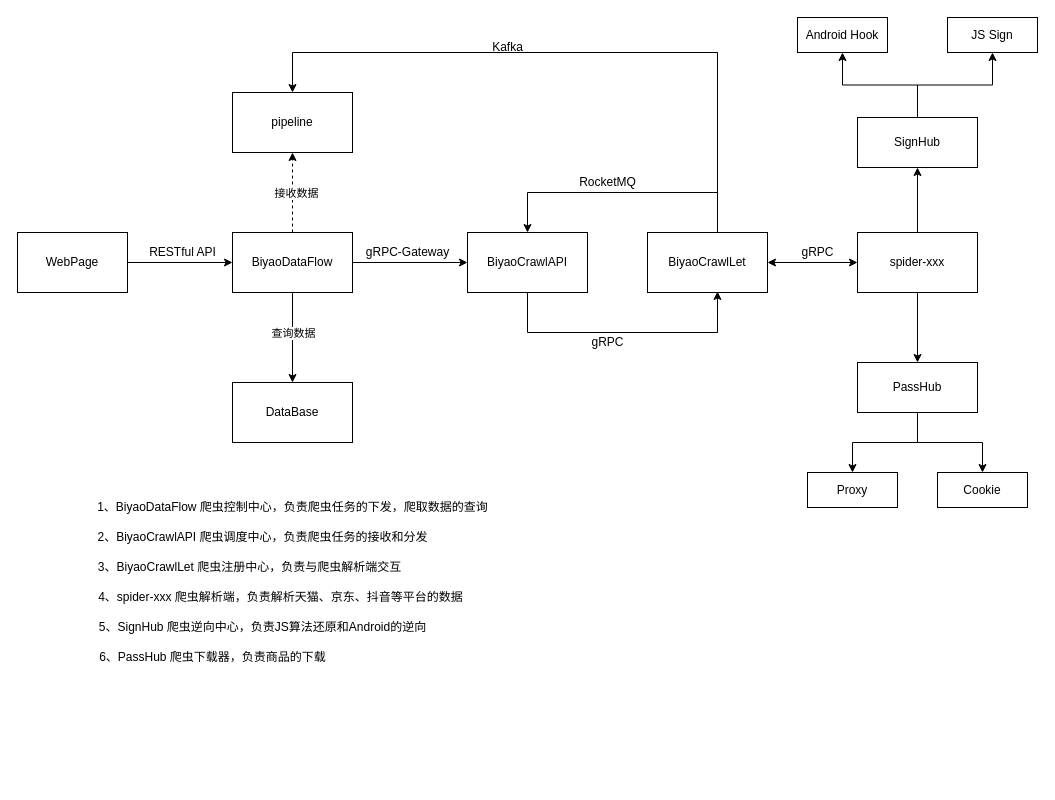
The draw.io diagram Untitled Diagram.drawio in fovegage/argocd-lab, before the edit. Source tidied: cells renumbered, new cells numbered last; positions are measured from the earlier drawing's top-left corner, leaving out a move shared by most shapes. Both pictures are drawn from the tidied source at 100%, with x=0, y=0 at pixel (17, 17).
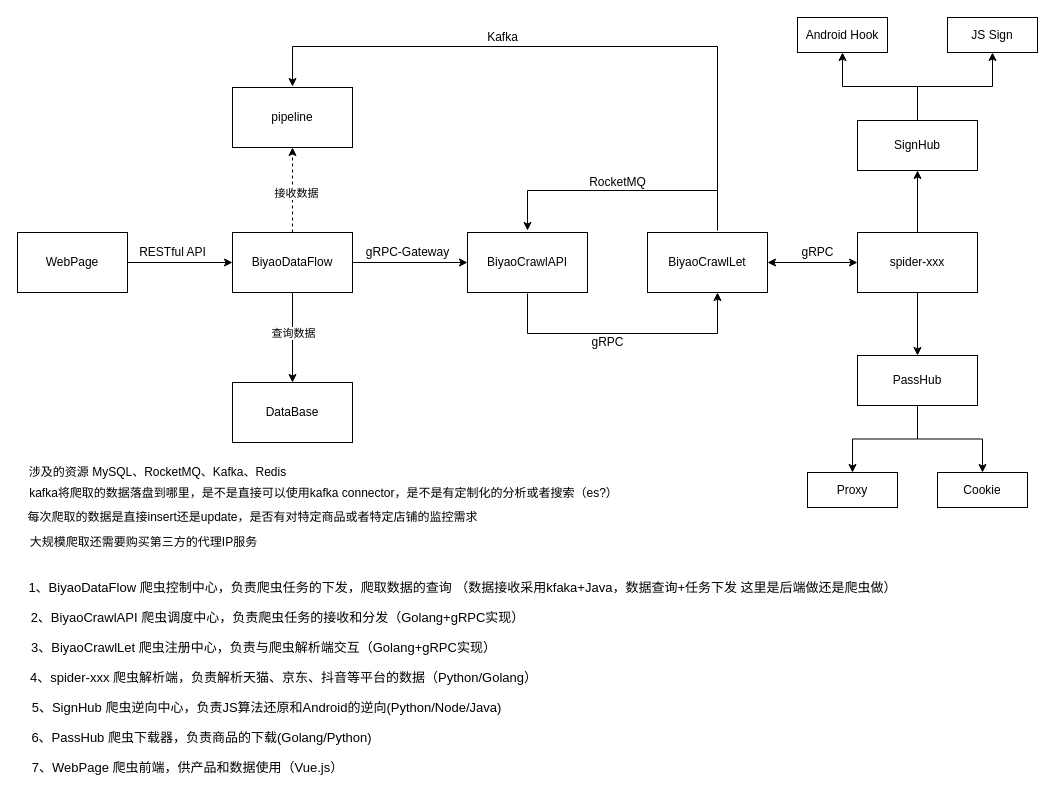
Above is the later version.

Unchanged cells that the change refers to:
```xml
<mxCell id="10" value="BiyaoCrawlAPI" style="rounded=0;whiteSpace=wrap;html=1;" parent="1" vertex="1">
  <mxGeometry x="450" y="215" width="120" height="60" as="geometry" />
</mxCell>
<mxCell id="13" value="BiyaoCrawlLet" style="rounded=0;whiteSpace=wrap;html=1;" parent="1" vertex="1">
  <mxGeometry x="630" y="215" width="120" height="60" as="geometry" />
</mxCell>
```

Change to the diagram source:
```diff
@@
-    <mxCell id="9" style="edgeStyle=orthogonalEdgeStyle;rounded=0;jettySize=auto;html=1;entryX=0.583;entryY=0.983;entryDx=0;entryDy=0;entryPerimeter=0;" parent="1" edge="1" source="10" target="13">
+    <mxCell id="9" style="edgeStyle=orthogonalEdgeStyle;rounded=0;orthogonalLoop=1;jettySize=auto;html=1;entryX=0.583;entryY=0.983;entryDx=0;entryDy=0;entryPerimeter=0;" parent="1" edge="1">
       <mxGeometry relative="1" as="geometry">
+        <mxPoint x="510" y="276" as="sourcePoint" />
+        <mxPoint x="700" y="275" as="targetPoint" />
         <Array as="points">
-          <mxPoint x="510" y="315" />
-          <mxPoint x="700" y="315" />
+          <mxPoint x="510" y="316" />
+          <mxPoint x="700" y="316" />
         </Array>
       </mxGeometry>
     </mxCell>
@@
-    <mxCell id="11" style="edgeStyle=orthogonalEdgeStyle;rounded=0;jettySize=auto;html=1;entryX=0.5;entryY=0;entryDx=0;entryDy=0;" parent="1" edge="1" source="13" target="10">
+    <mxCell id="11" style="edgeStyle=orthogonalEdgeStyle;rounded=0;orthogonalLoop=1;jettySize=auto;html=1;entryX=0.5;entryY=0;entryDx=0;entryDy=0;" parent="1" edge="1">
       <mxGeometry relative="1" as="geometry">
+        <mxPoint x="700" y="213" as="sourcePoint" />
+        <mxPoint x="510" y="213" as="targetPoint" />
         <Array as="points">
-          <mxPoint x="700" y="175" />
-          <mxPoint x="510" y="175" />
+          <mxPoint x="700" y="173" />
+          <mxPoint x="510" y="173" />
         </Array>
       </mxGeometry>
     </mxCell>
-    <mxCell id="12" style="edgeStyle=orthogonalEdgeStyle;rounded=0;jettySize=auto;html=1;entryX=0.5;entryY=0;entryDx=0;entryDy=0;" parent="1" edge="1" source="13" target="19">
+    <mxCell id="12" style="edgeStyle=orthogonalEdgeStyle;rounded=0;orthogonalLoop=1;jettySize=auto;html=1;entryX=0.5;entryY=0;entryDx=0;entryDy=0;" parent="1" edge="1">
       <mxGeometry relative="1" as="geometry">
+        <mxPoint x="700" y="209" as="sourcePoint" />
+        <mxPoint x="275" y="69" as="targetPoint" />
         <Array as="points">
-          <mxPoint x="700" y="35" />
-          <mxPoint x="275" y="35" />
+          <mxPoint x="700" y="29" />
+          <mxPoint x="275" y="29" />
         </Array>
       </mxGeometry>
     </mxCell>
@@
     <mxCell id="14" value="RocketMQ" style="text;html=1;align=center;verticalAlign=middle;strokeColor=none;fillColor=none;" parent="1" vertex="1">
-      <mxGeometry x="550" y="150" width="80" height="30" as="geometry" />
+      <mxGeometry x="560" y="150" width="80" height="30" as="geometry" />
     </mxCell>
@@
     <mxCell id="17" value="RESTful API" style="text;html=1;align=center;verticalAlign=middle;strokeColor=none;fillColor=none;" parent="1" vertex="1">
-      <mxGeometry x="120" y="220" width="90" height="30" as="geometry" />
+      <mxGeometry x="110" y="220" width="90" height="30" as="geometry" />
     </mxCell>
     <mxCell id="18" value="Kafka" style="text;html=1;align=center;verticalAlign=middle;strokeColor=none;fillColor=none;" parent="1" vertex="1">
-      <mxGeometry x="465" y="15" width="50" height="30" as="geometry" />
+      <mxGeometry x="460" y="5" width="50" height="30" as="geometry" />
     </mxCell>
     <mxCell id="19" value="pipeline" style="rounded=0;whiteSpace=wrap;html=1;" parent="1" vertex="1">
-      <mxGeometry x="215" y="75" width="120" height="60" as="geometry" />
+      <mxGeometry x="215" y="70" width="120" height="60" as="geometry" />
     </mxCell>
@@
     <mxCell id="28" value="SignHub" style="rounded=0;whiteSpace=wrap;html=1;" parent="1" vertex="1">
-      <mxGeometry x="840" y="100" width="120" height="50" as="geometry" />
+      <mxGeometry x="840" y="103" width="120" height="50" as="geometry" />
     </mxCell>
@@
     <mxCell id="31" value="PassHub" style="rounded=0;whiteSpace=wrap;html=1;" parent="1" vertex="1">
-      <mxGeometry x="840" y="345" width="120" height="50" as="geometry" />
+      <mxGeometry x="840" y="338" width="120" height="50" as="geometry" />
     </mxCell>
@@
-    <mxCell id="33" value="1、BiyaoDataFlow 爬虫控制中心，负责爬虫任务的下发，爬取数据的查询" style="text;html=1;align=center;verticalAlign=middle;strokeColor=none;fillColor=none;" parent="1" vertex="1">
-      <mxGeometry x="70" y="475" width="410" height="30" as="geometry" />
+    <mxCell id="33" value="1、BiyaoDataFlow 爬虫控制中心，负责爬虫任务的下发，爬取数据的查询 （数据接收采用kfaka+Java，数据查询+任务下发 这里是后端做还是爬虫做）" style="text;html=1;align=center;verticalAlign=middle;strokeColor=none;fillColor=none;fontSize=13;" parent="1" vertex="1">
+      <mxGeometry y="555" width="890" height="30" as="geometry" />
     </mxCell>
-    <mxCell id="34" value="2、BiyaoCrawlAPI 爬虫调度中心，负责爬虫任务的接收和分发" style="text;html=1;align=center;verticalAlign=middle;strokeColor=none;fillColor=none;" parent="1" vertex="1">
-      <mxGeometry x="70" y="505" width="350" height="30" as="geometry" />
+    <mxCell id="34" value="2、BiyaoCrawlAPI 爬虫调度中心，负责爬虫任务的接收和分发（Golang+gRPC实现）" style="text;html=1;align=center;verticalAlign=middle;strokeColor=none;fillColor=none;fontSize=13;" parent="1" vertex="1">
+      <mxGeometry y="585" width="520" height="30" as="geometry" />
     </mxCell>
-    <mxCell id="35" value="3、BiyaoCrawlLet 爬虫注册中心，负责与爬虫解析端交互" style="text;html=1;align=center;verticalAlign=middle;strokeColor=none;fillColor=none;" parent="1" vertex="1">
-      <mxGeometry x="67" y="535" width="330" height="30" as="geometry" />
+    <mxCell id="35" value="3、BiyaoCrawlLet 爬虫注册中心，负责与爬虫解析端交互（Golang+gRPC实现）" style="text;html=1;align=center;verticalAlign=middle;strokeColor=none;fillColor=none;fontSize=13;" parent="1" vertex="1">
+      <mxGeometry x="1" y="615" width="490" height="30" as="geometry" />
     </mxCell>
-    <mxCell id="36" value="4、spider-xxx 爬虫解析端，负责解析天猫、京东、抖音等平台的数据" style="text;html=1;align=center;verticalAlign=middle;strokeColor=none;fillColor=none;" parent="1" vertex="1">
-      <mxGeometry x="68" y="565" width="390" height="30" as="geometry" />
+    <mxCell id="36" value="4、spider-xxx 爬虫解析端，负责解析天猫、京东、抖音等平台的数据（Python/Golang）" style="text;html=1;align=center;verticalAlign=middle;strokeColor=none;fillColor=none;fontSize=13;" parent="1" vertex="1">
+      <mxGeometry x="1" y="645" width="530" height="30" as="geometry" />
     </mxCell>
-    <mxCell id="37" value="5、SignHub 爬虫逆向中心，负责JS算法还原和Android的逆向" style="text;html=1;align=center;verticalAlign=middle;strokeColor=none;fillColor=none;" parent="1" vertex="1">
-      <mxGeometry x="70" y="595" width="350" height="30" as="geometry" />
+    <mxCell id="37" value="5、SignHub 爬虫逆向中心，负责JS算法还原和Android的逆向(Python/Node/Java)" style="text;html=1;align=center;verticalAlign=middle;strokeColor=none;fillColor=none;fontSize=13;" parent="1" vertex="1">
+      <mxGeometry x="4" y="675" width="490" height="30" as="geometry" />
     </mxCell>
@@
-    <mxCell id="42" value="6、PassHub 爬虫下载器，负责商品的下载" style="text;html=1;align=center;verticalAlign=middle;strokeColor=none;fillColor=none;" parent="1" vertex="1">
-      <mxGeometry x="70" y="625" width="250" height="30" as="geometry" />
+    <mxCell id="42" value="6、PassHub 爬虫下载器，负责商品的下载(Golang/Python)" style="text;html=1;align=center;verticalAlign=middle;strokeColor=none;fillColor=none;fontSize=13;" parent="1" vertex="1">
+      <mxGeometry x="4" y="705" width="360" height="30" as="geometry" />
     </mxCell>
+    <mxCell id="43" value="7、WebPage 爬虫前端，供产品和数据使用（Vue.js）" style="text;html=1;align=center;verticalAlign=middle;strokeColor=none;fillColor=none;fontSize=13;" parent="1" vertex="1">
+      <mxGeometry x="5" y="735" width="330" height="30" as="geometry" />
+    </mxCell>
+    <mxCell id="44" value="涉及的资源 MySQL、RocketMQ、Kafka、Redis" style="text;html=1;align=center;verticalAlign=middle;strokeColor=none;fillColor=none;" parent="1" vertex="1">
+      <mxGeometry y="440" width="280" height="30" as="geometry" />
+    </mxCell>
+    <mxCell id="45" value="kafka将爬取的数据落盘到哪里，是不是直接可以使用kafka connector，是不是有定制化的分析或者搜索（es?）" style="text;html=1;align=center;verticalAlign=middle;strokeColor=none;fillColor=none;" parent="1" vertex="1">
+      <mxGeometry x="1" y="461" width="610" height="30" as="geometry" />
+    </mxCell>
+    <mxCell id="46" value="每次爬取的数据是直接insert还是update，是否有对特定商品或者特定店铺的监控需求" style="text;html=1;align=center;verticalAlign=middle;strokeColor=none;fillColor=none;" parent="1" vertex="1">
+      <mxGeometry y="485" width="470" height="30" as="geometry" />
+    </mxCell>
+    <mxCell id="47" value="大规模爬取还需要购买第三方的代理IP服务" style="text;html=1;align=center;verticalAlign=middle;strokeColor=none;fillColor=none;" parent="1" vertex="1">
+      <mxGeometry x="1" y="510" width="250" height="30" as="geometry" />
+    </mxCell>
```
